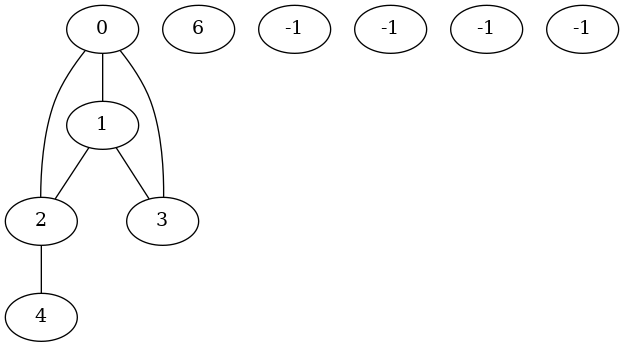
Earlier version of the Graphviz export saida.dot.png (Luiz-Oliveiraa/projeto_Grafos). Its source is kept beside it as saida.dot.
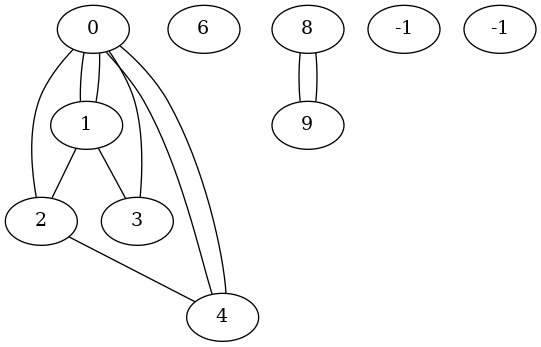
Later version of the same file.

Change to the diagram source:
```diff
@@ -1,26 +1,25 @@
-strict graph{
+graph grafo{
 	0[label="0"]
 	1[label="1"]
 	2[label="2"]
 	3[label="3"]
 	4[label="4"]
 	5[label="6"]
-	6[label="-1"]
-	7[label="-1"]
+	6[label="8"]
+	7[label="9"]
 	8[label="-1"]
 	9[label="-1"]
 
 	0 -- 1
+	0 -- 1
 	0 -- 2
 	0 -- 3
-	1 -- 0
+	0 -- 4
+	0 -- 4
 	1 -- 2
 	1 -- 3
-	2 -- 0
-	2 -- 1
 	2 -- 4
-	3 -- 0
-	3 -- 1
-	4 -- 2
+	6 -- 7
+	6 -- 7
 
 }
```
